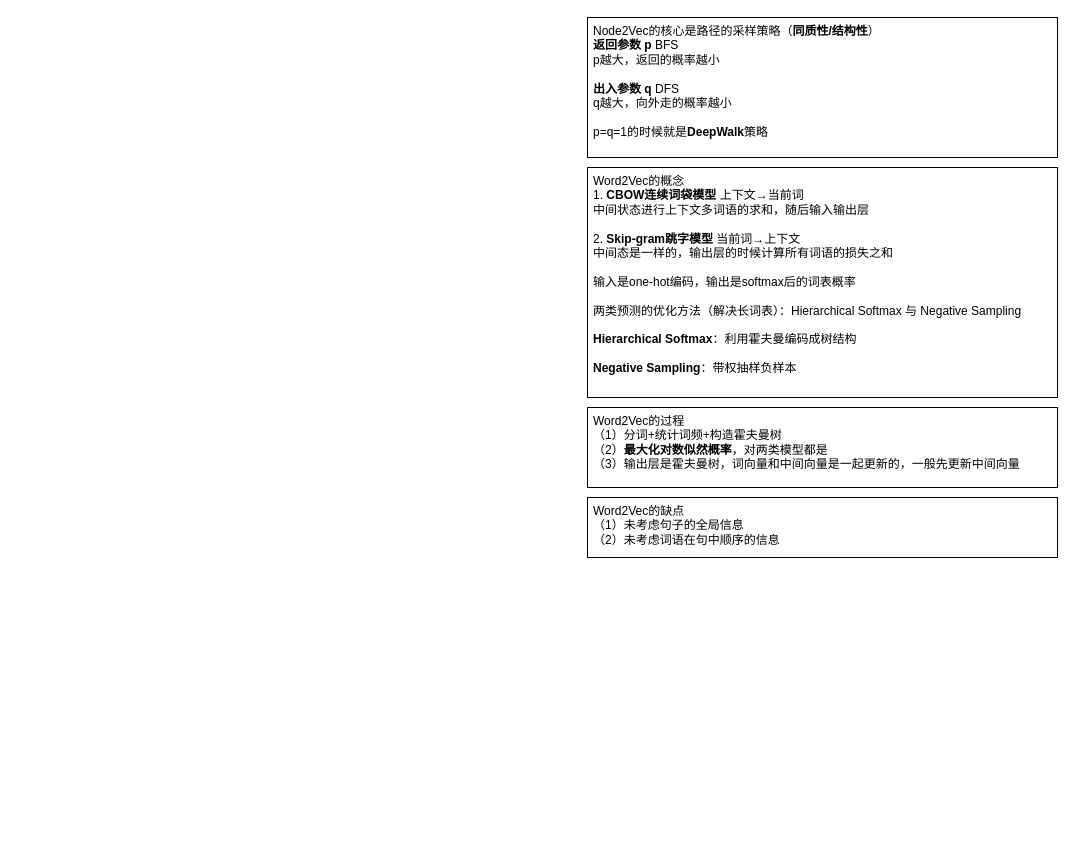
The draw.io diagram node2vec.drawio in limpid-11/drawio, before the edit. Source tidied: cells renumbered, new cells numbered last; positions are measured from the earlier drawing's top-left corner, leaving out a move shared by most shapes. Both pictures are drawn from the tidied source at 100%, with x=0, y=0 at pixel (587, 17).
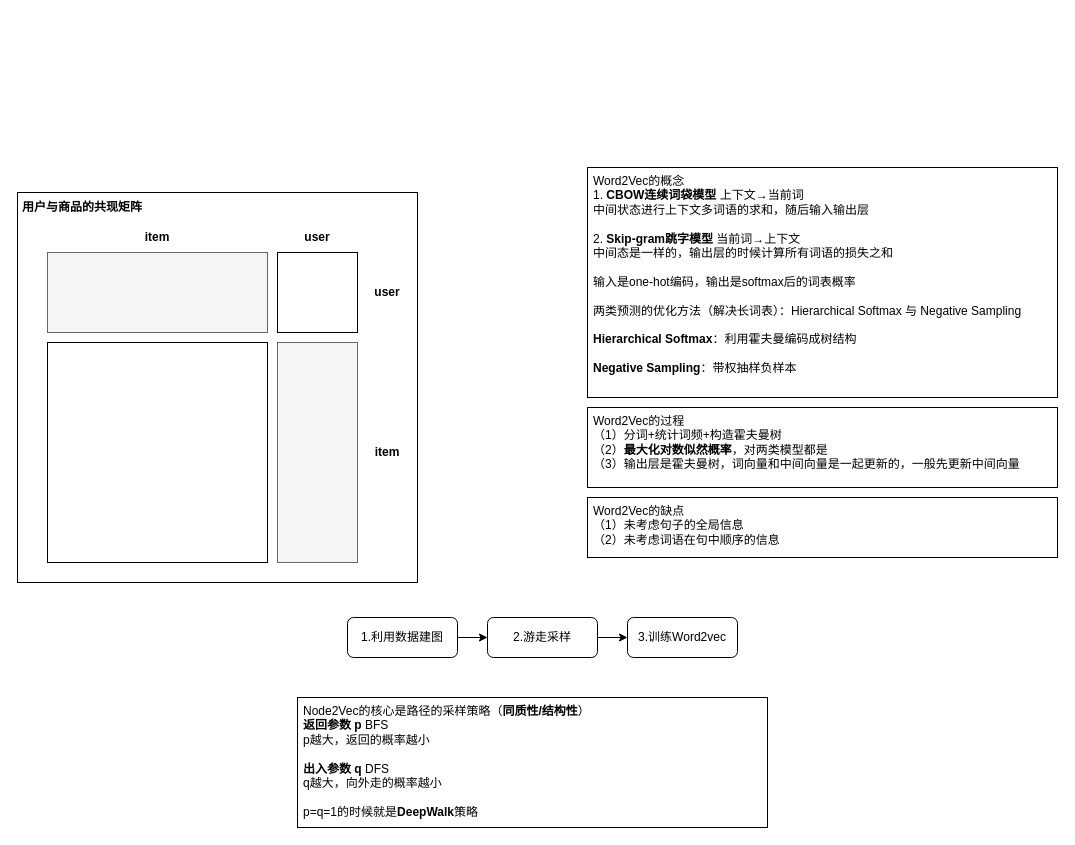
Above is the later version.

Diff of the diagram source:
```diff
@@
+    <mxCell id="6" style="rounded=0;whiteSpace=wrap;html=1;rotation=90;" parent="1" vertex="1">
+      <mxGeometry x="-565" y="170" width="390" height="400" as="geometry" />
+    </mxCell>
     <mxCell id="2" value="&lt;div&gt;Node2Vec的核心是路径的采样策略（&lt;b&gt;同质性/结构性&lt;/b&gt;）&lt;/div&gt;&lt;b&gt;返回参数 p&lt;/b&gt; BFS&lt;div&gt;p越大，返回的概率越小&lt;br&gt;&lt;div&gt;&lt;br&gt;&lt;/div&gt;&lt;div&gt;&lt;b&gt;出入参数 q&lt;/b&gt; DFS&lt;/div&gt;&lt;/div&gt;&lt;div&gt;q越大，向外走的概率越小&lt;/div&gt;&lt;div&gt;&lt;br&gt;&lt;/div&gt;&lt;div&gt;p=q=1的时候就是&lt;b&gt;DeepWalk&lt;/b&gt;策略&lt;/div&gt;" style="rounded=0;whiteSpace=wrap;html=1;align=left;verticalAlign=top;spacingLeft=4;" parent="1" vertex="1">
-      <mxGeometry width="470" height="140" as="geometry" />
+      <mxGeometry x="-290" y="680" width="470" height="130" as="geometry" />
     </mxCell>
@@
+    <mxCell id="7" style="rounded=0;whiteSpace=wrap;html=1;fillColor=#f5f5f5;fontColor=#333333;strokeColor=#666666;" parent="1" vertex="1">
+      <mxGeometry x="-540" y="235" width="220" height="80" as="geometry" />
+    </mxCell>
+    <mxCell id="8" style="rounded=0;whiteSpace=wrap;html=1;rotation=90;fillColor=#f5f5f5;fontColor=#333333;strokeColor=#666666;" parent="1" vertex="1">
+      <mxGeometry x="-380" y="395" width="220" height="80" as="geometry" />
+    </mxCell>
+    <mxCell id="9" style="rounded=0;whiteSpace=wrap;html=1;rotation=90;" parent="1" vertex="1">
+      <mxGeometry x="-310" y="235" width="80" height="80" as="geometry" />
+    </mxCell>
+    <mxCell id="10" style="rounded=0;whiteSpace=wrap;html=1;rotation=90;" parent="1" vertex="1">
+      <mxGeometry x="-540" y="325" width="220" height="220" as="geometry" />
+    </mxCell>
+    <mxCell id="11" value="item" style="text;html=1;align=center;verticalAlign=middle;whiteSpace=wrap;rounded=0;fontStyle=1;" parent="1" vertex="1">
+      <mxGeometry x="-460" y="205" width="60" height="30" as="geometry" />
+    </mxCell>
+    <mxCell id="12" value="user" style="text;html=1;align=center;verticalAlign=middle;whiteSpace=wrap;rounded=0;fontStyle=1;" parent="1" vertex="1">
+      <mxGeometry x="-300" y="205" width="60" height="30" as="geometry" />
+    </mxCell>
+    <mxCell id="13" value="user" style="text;html=1;align=center;verticalAlign=middle;whiteSpace=wrap;rounded=0;fontStyle=1;" parent="1" vertex="1">
+      <mxGeometry x="-230" y="260" width="60" height="30" as="geometry" />
+    </mxCell>
+    <mxCell id="14" value="item" style="text;html=1;align=center;verticalAlign=middle;whiteSpace=wrap;rounded=0;fontStyle=1;" parent="1" vertex="1">
+      <mxGeometry x="-230" y="420" width="60" height="30" as="geometry" />
+    </mxCell>
+    <mxCell id="15" value="用户与商品的共现矩阵" style="text;html=1;align=center;verticalAlign=middle;whiteSpace=wrap;rounded=0;fontStyle=1;" parent="1" vertex="1">
+      <mxGeometry x="-570" y="175" width="130" height="30" as="geometry" />
+    </mxCell>
+    <mxCell id="16" style="edgeStyle=orthogonalEdgeStyle;rounded=0;jettySize=auto;html=1;" parent="1" edge="1" source="17" target="19">
+      <mxGeometry relative="1" as="geometry" />
+    </mxCell>
+    <mxCell id="17" value="1.利用数据建图" style="rounded=1;whiteSpace=wrap;html=1;" parent="1" vertex="1">
+      <mxGeometry x="-240" y="600" width="110" height="40" as="geometry" />
+    </mxCell>
+    <mxCell id="18" style="edgeStyle=orthogonalEdgeStyle;rounded=0;jettySize=auto;html=1;" parent="1" edge="1" source="19" target="20">
+      <mxGeometry relative="1" as="geometry" />
+    </mxCell>
+    <mxCell id="19" value="2.游走采样" style="rounded=1;whiteSpace=wrap;html=1;" parent="1" vertex="1">
+      <mxGeometry x="-100" y="600" width="110" height="40" as="geometry" />
+    </mxCell>
+    <mxCell id="20" value="3.训练Word2vec" style="rounded=1;whiteSpace=wrap;html=1;" parent="1" vertex="1">
+      <mxGeometry x="40" y="600" width="110" height="40" as="geometry" />
+    </mxCell>
```
